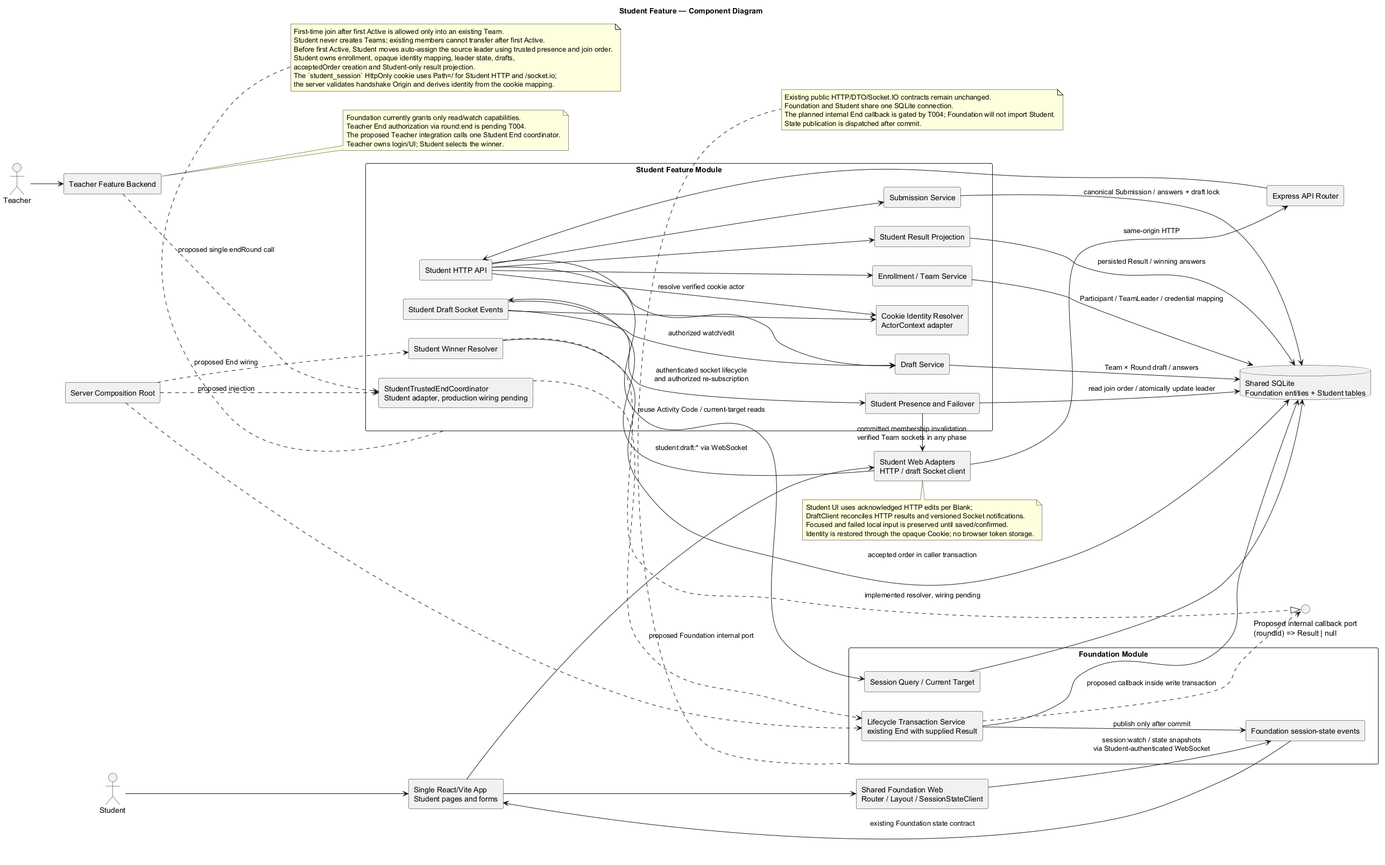
Earlier version of the PlantUML export diagrams/002-student-feature-component.png (yuyu-lcoavte/quiz-system).
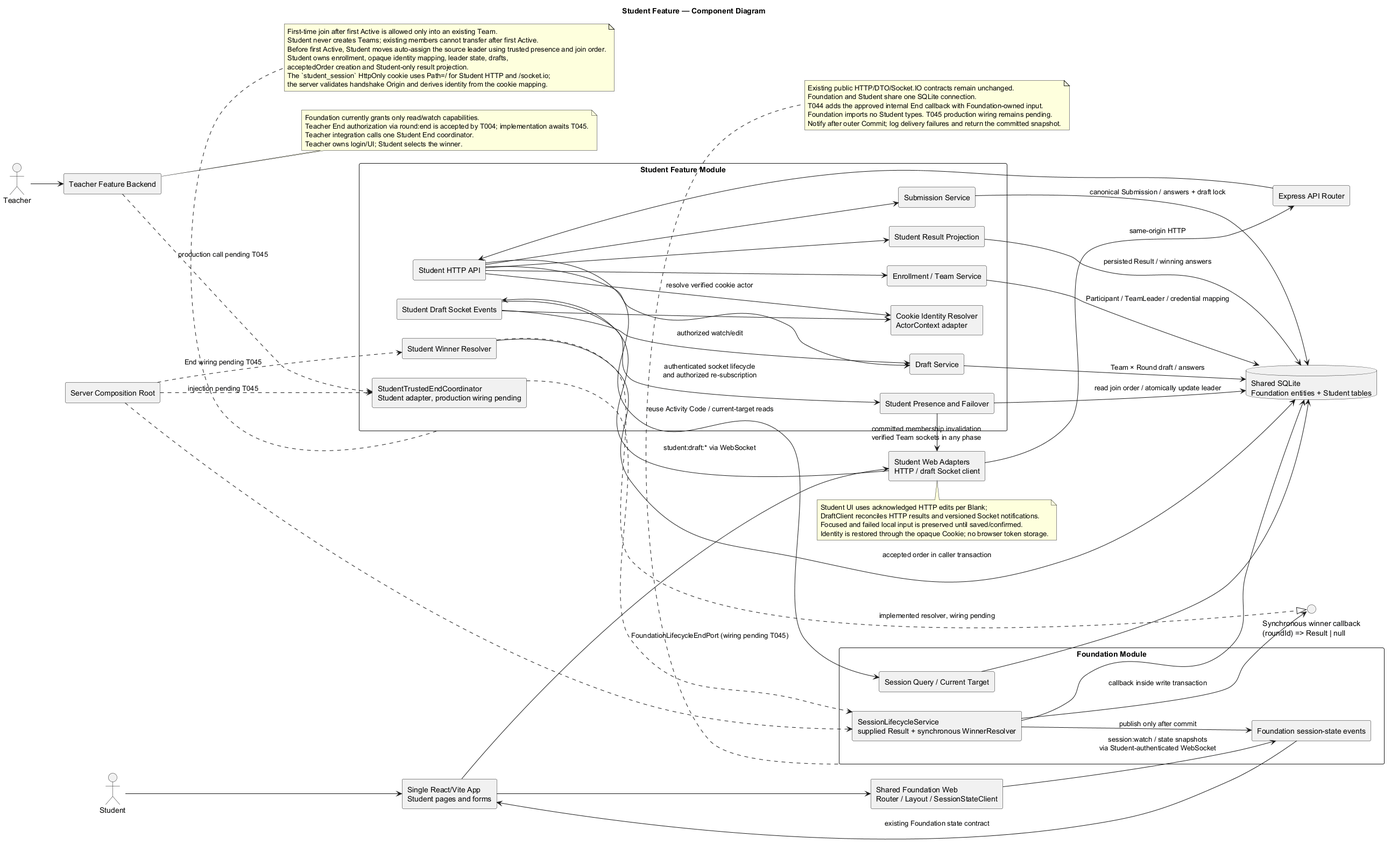
Later version of the same file.

What changed in the source:
```diff
@@ -25,12 +25,12 @@
 }
 component "Foundation Module" as Foundation {
   component "Session Query / Current Target" as ReadService
-  component "Lifecycle Transaction Service\nexisting End with supplied Result" as Lifecycle
+  component "SessionLifecycleService\nsupplied Result + synchronous WinnerResolver" as Lifecycle
   component "Foundation session-state events" as StateEvents
 }
 component "Teacher Feature Backend" as TeacherModule
 component "Server Composition Root" as Composition
-interface "Proposed internal callback port\n(roundId) => Result | null" as WinnerPort
+interface "Synchronous winner callback\n(roundId) => Result | null" as WinnerPort
 database "Shared SQLite\nFoundation entities + Student tables" as DB
 
 Student --> Web
@@ -59,15 +59,15 @@
 ResultProjection --> DB : persisted Result / winning answers
 ReadService --> DB
 Lifecycle --> DB
-TeacherModule ..> EndCoordinator : proposed single endRound call
-EndCoordinator ..> Lifecycle : proposed Foundation internal port
-Lifecycle ..> WinnerPort : proposed callback inside write transaction
+TeacherModule ..> EndCoordinator : production call pending T045
+EndCoordinator ..> Lifecycle : FoundationLifecycleEndPort (wiring pending T045)
+Lifecycle --> WinnerPort : callback inside write transaction
 WinnerService ..|> WinnerPort : implemented resolver, wiring pending
 Lifecycle --> StateEvents : publish only after commit
 StateEvents --> Web : existing Foundation state contract
-Composition ..> EndCoordinator : proposed injection
+Composition ..> EndCoordinator : injection pending T045
 Composition ..> Lifecycle
-Composition ..> WinnerService : proposed End wiring
+Composition ..> WinnerService : End wiring pending T045
 
 note bottom of StudentModule
 First-time join after first Active is allowed only into an existing Team.
@@ -89,14 +89,15 @@
 note bottom of Foundation
 Existing public HTTP/DTO/Socket.IO contracts remain unchanged.
 Foundation and Student share one SQLite connection.
-The planned internal End callback is gated by T004; Foundation will not import Student.
-State publication is dispatched after commit.
+T044 adds the approved internal End callback with Foundation-owned input.
+Foundation imports no Student types. T045 production wiring remains pending.
+Notify after outer Commit; log delivery failures and return the committed snapshot.
 end note
 
 note right of TeacherModule
 Foundation currently grants only read/watch capabilities.
-Teacher End authorization via round:end is pending T004.
-The proposed Teacher integration calls one Student End coordinator.
+Teacher End authorization via round:end is accepted by T004; implementation awaits T045.
+Teacher integration calls one Student End coordinator.
 Teacher owns login/UI; Student selects the winner.
 end note
 @enduml
```
